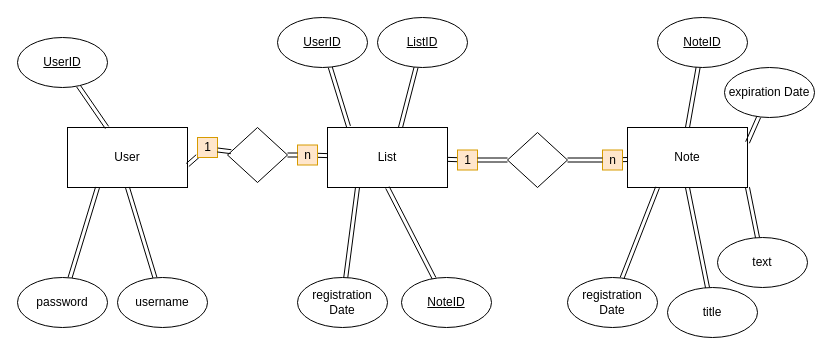
Mooike/Seminararbeit keeps this draw.io diagram as Untitled Diagram.drawio. Above is the earlier version. Source tidied: cells renumbered, new cells numbered last; positions are measured from the earlier drawing's top-left corner, leaving out a move shared by most shapes. Both pictures are drawn from the tidied source at 100%, with x=0, y=0 at pixel (17, 17).
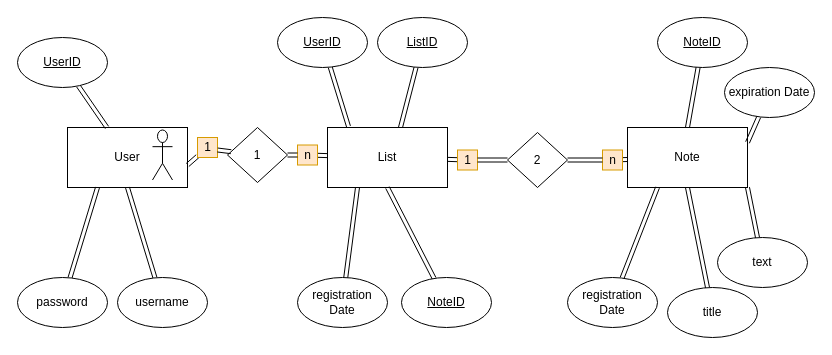
The same diagram, later.

The edit, as a diff of the source:
```diff
@@
-    <mxCell id="31" style="rhombus;whiteSpace=wrap;html=1;" parent="1" vertex="1">
+    <mxCell id="31" value="1" style="rhombus;whiteSpace=wrap;html=1;" parent="1" vertex="1">
       <mxGeometry x="210" y="110" width="60" height="55" as="geometry" />
     </mxCell>
@@
-    <mxCell id="34" style="rhombus;whiteSpace=wrap;html=1;" parent="1" vertex="1">
+    <mxCell id="34" value="2" style="rhombus;whiteSpace=wrap;html=1;" parent="1" vertex="1">
       <mxGeometry x="490" y="115" width="60" height="55" as="geometry" />
     </mxCell>
@@
+    <mxCell id="43" style="shape=umlActor;verticalLabelPosition=bottom;labelBackgroundColor=#ffffff;verticalAlign=top;html=1;" parent="1" vertex="1">
+      <mxGeometry x="135" y="112.5" width="20" height="50" as="geometry" />
+    </mxCell>
```
